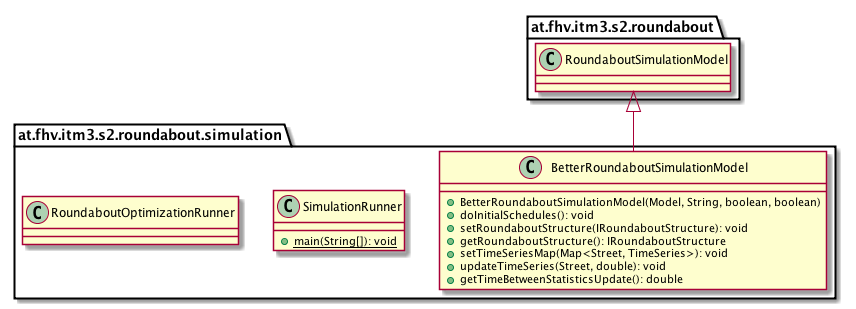
Oxydation/RoundaboutDornbirnNorth keeps this PlantUML diagram as images/uml-class/at.fhv.itm3.s2.roundabout.simulation.package.png. Above is the earlier version.
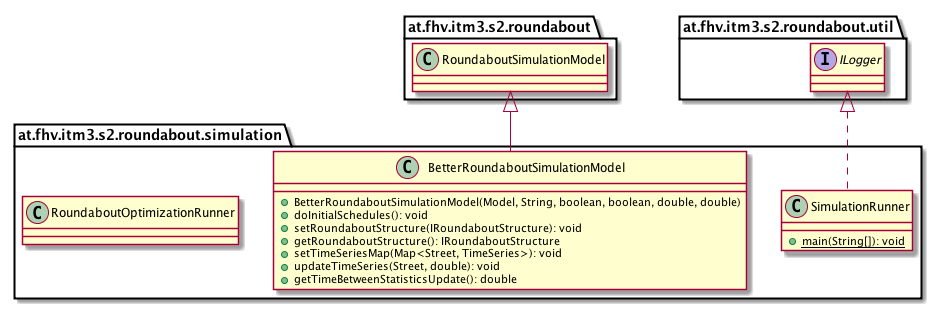
The same file after the commit.

What changed in the source:
```diff
@@ -3,7 +3,7 @@
     namespace at.fhv.itm3.s2.roundabout.simulation {
 
         class BetterRoundaboutSimulationModel [[../../../../../at/fhv/itm3/s2/roundabout/simulation/BetterRoundaboutSimulationModel.html]] {
-            +BetterRoundaboutSimulationModel(Model, String, boolean, boolean)
+            +BetterRoundaboutSimulationModel(Model, String, boolean, boolean, double, double)
             +doInitialSchedules(): void
             +setRoundaboutStructure(IRoundaboutStructure): void
             +getRoundaboutStructure(): IRoundaboutStructure
@@ -22,6 +22,9 @@
         class at.fhv.itm3.s2.roundabout.RoundaboutSimulationModel
         at.fhv.itm3.s2.roundabout.RoundaboutSimulationModel <|-- BetterRoundaboutSimulationModel
 
+        interface at.fhv.itm3.s2.roundabout.util.ILogger
+        at.fhv.itm3.s2.roundabout.util.ILogger <|.. SimulationRunner
+
     }
 
 @enduml
```
